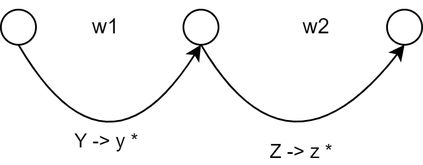
Earlier version of the draw.io export parsers.png (pablo-villacorta/IHLT_public_data). Source tidied: cells renumbered, new cells last; positions are measured from the earlier drawing's top-left corner, leaving out a move shared by most shapes. Source of this version:
```xml
<mxGraphModel>
  <root>
    <mxCell id="0" />
    <mxCell id="1" parent="0" />
    <mxCell id="2" value="w1" style="text;html=1;strokeColor=none;fillColor=none;align=center;verticalAlign=middle;whiteSpace=wrap;rounded=0;" parent="1" vertex="1">
      <mxGeometry x="30" width="60" height="30" as="geometry" />
    </mxCell>
    <mxCell id="3" value="w2" style="text;html=1;strokeColor=none;fillColor=none;align=center;verticalAlign=middle;whiteSpace=wrap;rounded=0;" parent="1" vertex="1">
      <mxGeometry x="150" width="60" height="30" as="geometry" />
    </mxCell>
    <mxCell id="4" style="ellipse;whiteSpace=wrap;html=1;" parent="1" vertex="1">
      <mxGeometry y="5" width="20" height="20" as="geometry" />
    </mxCell>
    <mxCell id="5" style="ellipse;whiteSpace=wrap;html=1;" parent="1" vertex="1">
      <mxGeometry x="104" y="5" width="20" height="20" as="geometry" />
    </mxCell>
    <mxCell id="6" style="ellipse;whiteSpace=wrap;html=1;" parent="1" vertex="1">
      <mxGeometry x="220" y="5" width="20" height="20" as="geometry" />
    </mxCell>
    <mxCell id="7" style="curved=1;endArrow=classic;html=1;rounded=0;entryX=0.5;entryY=1;entryDx=0;entryDy=0;exitX=0.5;exitY=1;exitDx=0;exitDy=0;" parent="1" edge="1" source="4" target="5">
      <mxGeometry relative="1" as="geometry">
        <Array as="points">
          <mxPoint x="60" y="110" />
        </Array>
      </mxGeometry>
    </mxCell>
    <mxCell id="8" value="Y -&amp;gt; y *" style="edgeLabel;html=1;align=center;verticalAlign=middle;" parent="7" vertex="1">
      <mxGeometry x="-0.4" y="18" relative="1" as="geometry">
        <mxPoint x="4" y="12" as="offset" />
      </mxGeometry>
    </mxCell>
    <mxCell id="9" style="curved=1;endArrow=classic;html=1;rounded=0;entryX=0.5;entryY=1;entryDx=0;entryDy=0;exitX=0.5;exitY=1;exitDx=0;exitDy=0;" parent="1" edge="1" target="6">
      <mxGeometry relative="1" as="geometry">
        <mxPoint x="114" y="25" as="sourcePoint" />
        <Array as="points">
          <mxPoint x="164" y="110" />
        </Array>
      </mxGeometry>
    </mxCell>
    <mxCell id="10" value="Z -&amp;gt; z *" style="edgeLabel;html=1;align=center;verticalAlign=middle;" parent="1" vertex="1">
      <mxGeometry x="170" y="90" as="geometry">
        <mxPoint x="1" y="-4" as="offset" />
      </mxGeometry>
    </mxCell>
  </root>
</mxGraphModel>
```
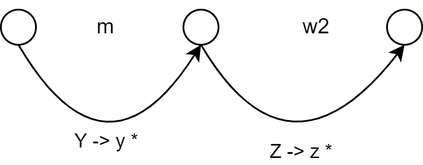
Later version of the same file.

What changed in the source:
```diff
@@ -2,7 +2,7 @@
   <root>
     <mxCell id="0" />
     <mxCell id="1" parent="0" />
-    <mxCell id="2" value="w1" style="text;html=1;strokeColor=none;fillColor=none;align=center;verticalAlign=middle;whiteSpace=wrap;rounded=0;" parent="1" vertex="1">
+    <mxCell id="2" value="m" style="text;html=1;strokeColor=none;fillColor=none;align=center;verticalAlign=middle;whiteSpace=wrap;rounded=0;" parent="1" vertex="1">
       <mxGeometry x="30" width="60" height="30" as="geometry" />
     </mxCell>
     <mxCell id="3" value="w2" style="text;html=1;strokeColor=none;fillColor=none;align=center;verticalAlign=middle;whiteSpace=wrap;rounded=0;" parent="1" vertex="1">
```
